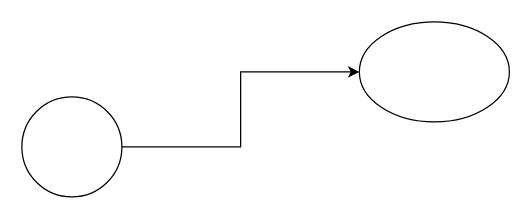
Before: Untitled Diagram.drawio in guci314/bzsmwiki, a draw.io diagram. Source tidied: cells renumbered, new cells numbered last; positions are measured from the earlier drawing's top-left corner, leaving out a move shared by most shapes. Both pictures are drawn from the tidied source at 125%, with x=0, y=0 at pixel (21, 21).
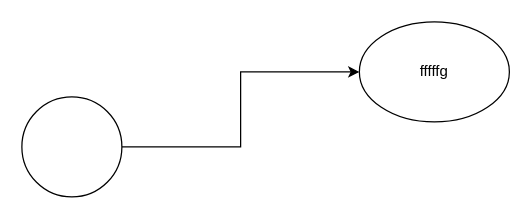
The same diagram, later.

Diff of the diagram source:
```diff
@@
 <mxGraphModel>
   <root>
     <mxCell id="0" />
     <mxCell id="1" parent="0" />
     <mxCell id="2" style="edgeStyle=orthogonalEdgeStyle;rounded=0;jettySize=auto;html=1;" parent="1" edge="1" source="3" target="4">
       <mxGeometry relative="1" as="geometry" />
     </mxCell>
     <mxCell id="3" style="ellipse;whiteSpace=wrap;html=1;" parent="1" vertex="1">
       <mxGeometry y="60" width="80" height="80" as="geometry" />
     </mxCell>
-    <mxCell id="4" style="ellipse;whiteSpace=wrap;html=1;" parent="1" vertex="1">
+    <mxCell id="4" value="fffffg" style="ellipse;whiteSpace=wrap;html=1;" parent="1" vertex="1">
       <mxGeometry x="270" width="120" height="80" as="geometry" />
     </mxCell>
   </root>
 </mxGraphModel>
```
